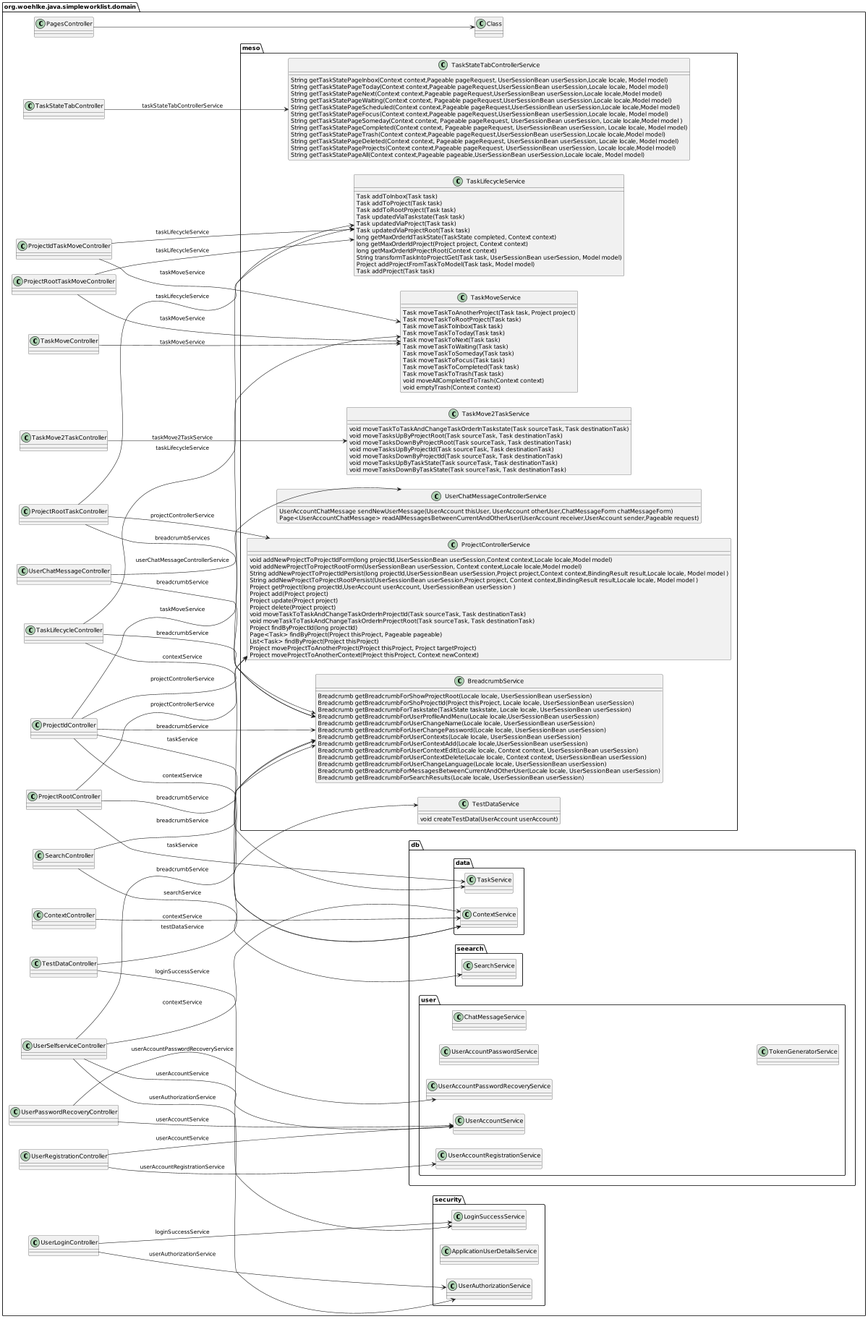
Earlier version of the PlantUML export src/main/resources/static/img/plantuml/Simpleworklist__Service_Classes_Meso.png (Spring-Framework-Java-Apps/simpleworklist).
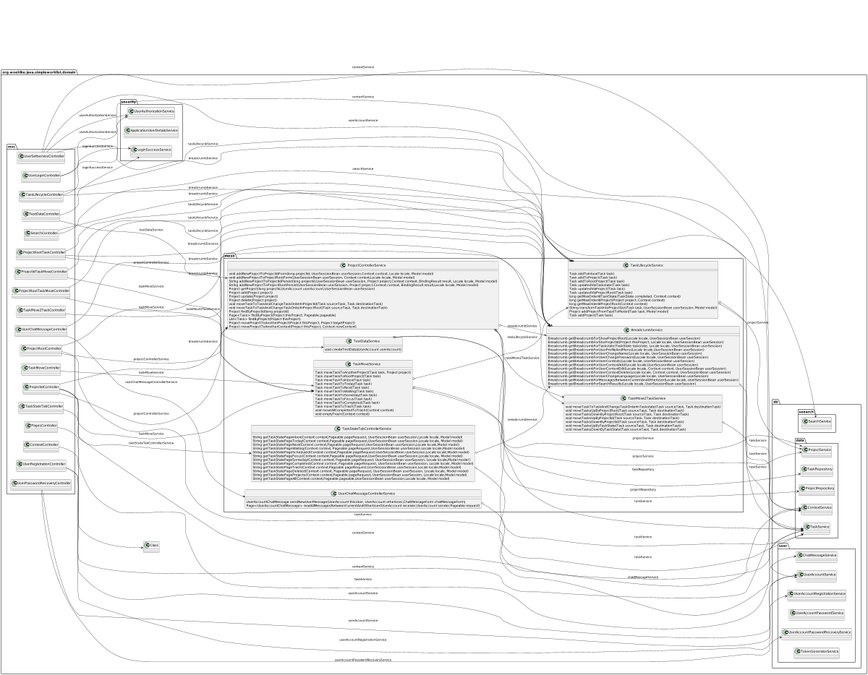
The same file after the commit.

Commit message:
## 2.4.13-SNAPSHOT * fixed #380 add User Use Cases to UML Documentation * fixed #393 UML Documentation: Service Classes DB * fixed #394 UML Documentation: Service Classes Meso

The edit, as a diff of the source:
```diff
@@ -6,28 +6,34 @@
 
 package org.woehlke.java.simpleworklist.domain {
 
-    class ContextController {}
-    class PagesController {}
-    class ProjectIdController {}
-    class ProjectIdTaskMoveController {}
-    class ProjectRootController {}
-    class ProjectRootTaskController {}
-    class ProjectRootTaskMoveController {}
-    class SearchController {}
-    class TaskLifecycleController {}
-    class TaskMoveController {}
-    class TaskStateTabController {}
-    class TestDataController {}
-    class UserChatMessageController {}
-    class UserLoginController {}
-    class UserPasswordRecoveryController {}
-    class UserRegistrationController {}
-    class UserSelfserviceController {}
+    package mvc {
+        class ContextController {}
+        class PagesController {}
+        class ProjectIdController {}
+        class ProjectIdTaskMoveController {}
+        class ProjectRootController {}
+        class ProjectRootTaskController {}
+        class ProjectRootTaskMoveController {}
+        class SearchController {}
+        class TaskLifecycleController {}
+        class TaskMove2TaskController {}
+        class TaskMoveController {}
+        class TaskStateTabController {}
+        class TestDataController {}
+        class UserChatMessageController {}
+        class UserLoginController {}
+        class UserPasswordRecoveryController {}
+        class UserRegistrationController {}
+        class UserSelfserviceController {}
+    }
 
     package db {
         package data {
             class ContextService {}
+            class ProjectService {}
             class TaskService {}
+            class ProjectRepository {}
+            class TaskRepository {}
         }
         package seearch {
             class SearchService {}
@@ -41,16 +47,29 @@
             class TokenGeneratorService {}
         }
     }
-
     package security {
         class UserAuthorizationService {}
         class ApplicationUserDetailsService {}
         class LoginSuccessService {}
     }
-
     package meso {
-        class ProjectControllerService {}
-
+        class ProjectControllerService {
+            void addNewProjectToProjectIdForm(long projectId, UserSessionBean userSession,Context context, Locale locale, Model model)
+            void addNewProjectToProjectRootForm(UserSessionBean userSession, Context context,Locale locale, Model model)
+            String addNewProjectToProjectIdPersist(long projectId,UserSessionBean userSession, Project project,Context context, BindingResult result, Locale locale, Model model)
+            String addNewProjectToProjectRootPersist(UserSessionBean userSession, Project project,Context context, BindingResult result,Locale locale, Model model)
+            Project getProject(long projectId,UserAccount userAccount,UserSessionBean userSession)
+            Project add(Project project)
+            Project update(Project project)
+            Project delete(Project project)
+            void moveTaskToTaskAndChangeTaskOrderInProjectId(Task sourceTask, Task destinationTask)
+            void moveTaskToTaskAndChangeTaskOrderInProjectRoot(Task sourceTask, Task destinationTask)
+            Project findByProjectId(long projectId)
+            Page<Task> findByProject(Project thisProject, Pageable pageable)
+            List<Task> findByProject(Project thisProject)
+            Project moveProjectToAnotherProject(Project thisProject, Project targetProject)
+            Project moveProjectToAnotherContext(Project thisProject, Context newContext)
+        }
         class BreadcrumbService {
             Breadcrumb getBreadcrumbForShowProjectRoot(Locale locale, UserSessionBean userSession)
             Breadcrumb getBreadcrumbForShoProjectId(Project thisProject, Locale locale, UserSessionBean userSession)
@@ -69,23 +88,6 @@
         class UserChatMessageControllerService {
           UserAccountChatMessage sendNewUserMessage(UserAccount thisUser, UserAccount otherUser,ChatMessageForm chatMessageForm)
           Page<UserAccountChatMessage> readAllMessagesBetweenCurrentAndOtherUser(UserAccount receiver,UserAccount sender,Pageable request)
-        }
-        class ProjectControllerService {
-            void addNewProjectToProjectIdForm(long projectId,UserSessionBean userSession,Context context,Locale locale,Model model)
-            void addNewProjectToProjectRootForm(UserSessionBean userSession, Context context,Locale locale,Model model)
-            String addNewProjectToProjectIdPersist(long projectId,UserSessionBean userSession,Project project,Context context,BindingResult result,Locale locale, Model model )
-            String addNewProjectToProjectRootPersist(UserSessionBean userSession,Project project, Context context,BindingResult result,Locale locale, Model model )
-            Project getProject(long projectId,UserAccount userAccount, UserSessionBean userSession )
-            Project add(Project project)
-            Project update(Project project)
-            Project delete(Project project)
-            void moveTaskToTaskAndChangeTaskOrderInProjectId(Task sourceTask, Task destinationTask)
-            void moveTaskToTaskAndChangeTaskOrderInProjectRoot(Task sourceTask, Task destinationTask)
-            Project findByProjectId(long projectId)
-            Page<Task> findByProject(Project thisProject, Pageable pageable)
-            List<Task> findByProject(Project thisProject)
-            Project moveProjectToAnotherProject(Project thisProject, Project targetProject)
-            Project moveProjectToAnotherContext(Project thisProject, Context newContext)
         }
         class TaskLifecycleService {
           Task addToInbox(Task task)
@@ -141,31 +143,47 @@
         class TestDataService {
             void createTestData(UserAccount userAccount)
         }
+        TestDataService o--> TaskRepository:  taskRepository
+        TestDataService o--> ProjectRepository: projectRepository
+        TaskStateTabControllerService o---> TaskService: taskService
+        TaskStateTabControllerService o--> BreadcrumbService: breadcrumbService
+        TaskMoveService o---> TaskService: taskService
+        TaskMoveService o--> TaskLifecycleService: taskLifecycleService
+        TaskMoveService o--> ProjectService: projectService
+        TaskMove2TaskService o--> TaskService: taskService
+        TaskLifecycleService o--> TaskService: taskService
+        TaskLifecycleService o--> ProjectService: projectService
+        UserChatMessageControllerService o--> ChatMessageService: chatMessageService
+        ProjectControllerService o---> ProjectService: projectService
+        ProjectControllerService o---> TaskService: taskService
+        ProjectControllerService o--> BreadcrumbService: breadcrumbService
+        ProjectControllerService o--> TaskMove2TaskService: taskMove2TaskService
+        BreadcrumbService  o--> TaskService: taskService
     }
 
-    ContextController --> ContextService: contextService
+    ContextController ---> ContextService: contextService
     PagesController --> Class
     ProjectIdController --> ProjectControllerService: projectControllerService
     ProjectIdController --> TaskMoveService: taskMoveService
-    ProjectIdController --> TaskService: taskService
-    ProjectIdController --> ContextService: contextService
-    ProjectIdController --> BreadcrumbService: breadcrumbService
+    ProjectIdController ---> TaskService: taskService
+    ProjectIdController ---> ContextService: contextService
+    ProjectIdController ----> BreadcrumbService: breadcrumbService
     ProjectIdTaskMoveController --> TaskMoveService: taskMoveService
     ProjectIdTaskMoveController --> TaskLifecycleService: taskLifecycleService
     ProjectRootController --> ProjectControllerService: projectControllerService
-    ProjectRootController --> TaskService: taskService
-    ProjectRootController --> BreadcrumbService: breadcrumbService
+    ProjectRootController ---> TaskService: taskService
+    ProjectRootController ----> BreadcrumbService: breadcrumbService
     ProjectRootTaskController --> ProjectControllerService: projectControllerService
     ProjectRootTaskController --> TaskLifecycleService: taskLifecycleService
-    ProjectRootTaskController --> BreadcrumbService: breadcrumbServices
+    ProjectRootTaskController ----> BreadcrumbService: breadcrumbServices
     ProjectRootTaskMoveController --> TaskLifecycleService: taskLifecycleService
     ProjectRootTaskMoveController --> TaskMoveService: taskMoveService
     SearchController --> SearchService: searchService
-    SearchController --> BreadcrumbService: breadcrumbService
+    SearchController ----> BreadcrumbService: breadcrumbService
     TaskLifecycleController --> TaskLifecycleService: taskLifecycleService
-    TaskLifecycleController --> BreadcrumbService: breadcrumbService
-    TaskLifecycleController --> ContextService: contextService
-    TaskMove2TaskController --> TaskMove2TaskService: taskMove2TaskService
+    TaskLifecycleController ----> BreadcrumbService: breadcrumbService
+    TaskLifecycleController ---> ContextService: contextService
+    TaskMove2TaskController -> TaskMove2TaskService: taskMove2TaskService
     TaskMoveController --> TaskMoveService: taskMoveService
     TaskStateTabController --> TaskStateTabControllerService: taskStateTabControllerService
     TestDataController --> TestDataService: testDataService
@@ -173,15 +191,15 @@
     UserChatMessageController --> UserChatMessageControllerService: userChatMessageControllerService
     UserChatMessageController --> BreadcrumbService: breadcrumbService
     UserLoginController --> LoginSuccessService: loginSuccessService
-    UserLoginController -->  UserAuthorizationService: userAuthorizationService
-    UserPasswordRecoveryController --> UserAccountService: userAccountService
-    UserPasswordRecoveryController --> UserAccountPasswordRecoveryService: userAccountPasswordRecoveryService
-    UserRegistrationController --> UserAccountService: userAccountService
-    UserRegistrationController --> UserAccountRegistrationService: userAccountRegistrationService
+    UserLoginController --> UserAuthorizationService: userAuthorizationService
+    UserPasswordRecoveryController -> UserAccountService: userAccountService
+    UserPasswordRecoveryController -> UserAccountPasswordRecoveryService: userAccountPasswordRecoveryService
+    UserRegistrationController -> UserAccountService: userAccountService
+    UserRegistrationController -> UserAccountRegistrationService: userAccountRegistrationService
     UserSelfserviceController --> UserAuthorizationService: userAuthorizationService
-    UserSelfserviceController --> BreadcrumbService: breadcrumbService
+    UserSelfserviceController ----> BreadcrumbService: breadcrumbService
     UserSelfserviceController --> UserAccountService: userAccountService
-    UserSelfserviceController --> ContextService: contextService
+    UserSelfserviceController ---> ContextService: contextService
 }
 
 @enduml
```
